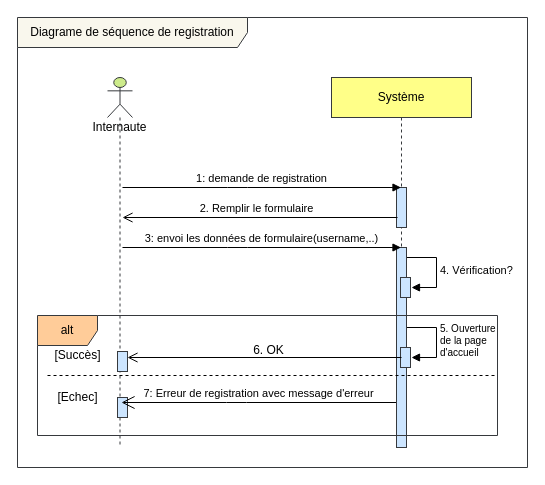
amine-elarass49/angular_doc keeps this draw.io diagram as scenario_internaute_register.drawio. Above is the earlier version. Source tidied: cells renumbered, new cells numbered last; positions are measured from the earlier drawing's top-left corner, leaving out a move shared by most shapes. Both pictures are drawn from the tidied source at 100%, with x=0, y=0 at pixel (17, 17).
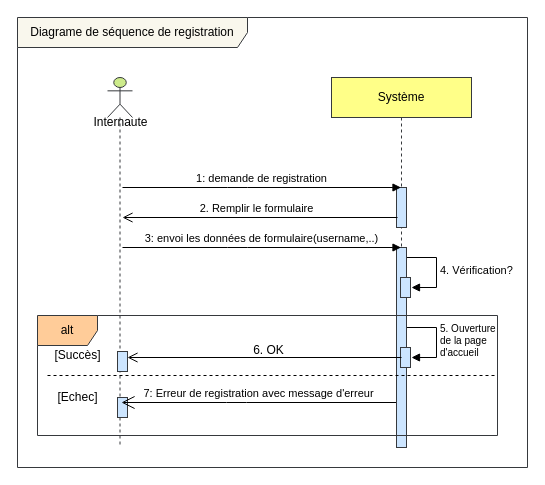
After the change.

Diff of the diagram source:
```diff
@@
-    <mxCell id="2" value="Internaute" style="shape=umlLifeline;participant=umlActor;perimeter=lifelinePerimeter;whiteSpace=wrap;html=1;verticalAlign=top;spacingTop=36;fillColor=#cdeb8b;strokeColor=#36393d;" parent="1" vertex="1">
+    <mxCell id="2" style="shape=umlLifeline;participant=umlActor;perimeter=lifelinePerimeter;whiteSpace=wrap;html=1;verticalAlign=top;spacingTop=36;fillColor=#cdeb8b;strokeColor=#36393d;" parent="1" vertex="1">
       <mxGeometry x="90" y="60" width="25" height="370" as="geometry" />
     </mxCell>
@@
+    <mxCell id="24" value="Internaute" style="text;html=1;align=center;verticalAlign=middle;strokeColor=none;fillColor=none;" parent="1" vertex="1">
+      <mxGeometry x="62.5" y="90" width="80" height="30" as="geometry" />
+    </mxCell>
```
